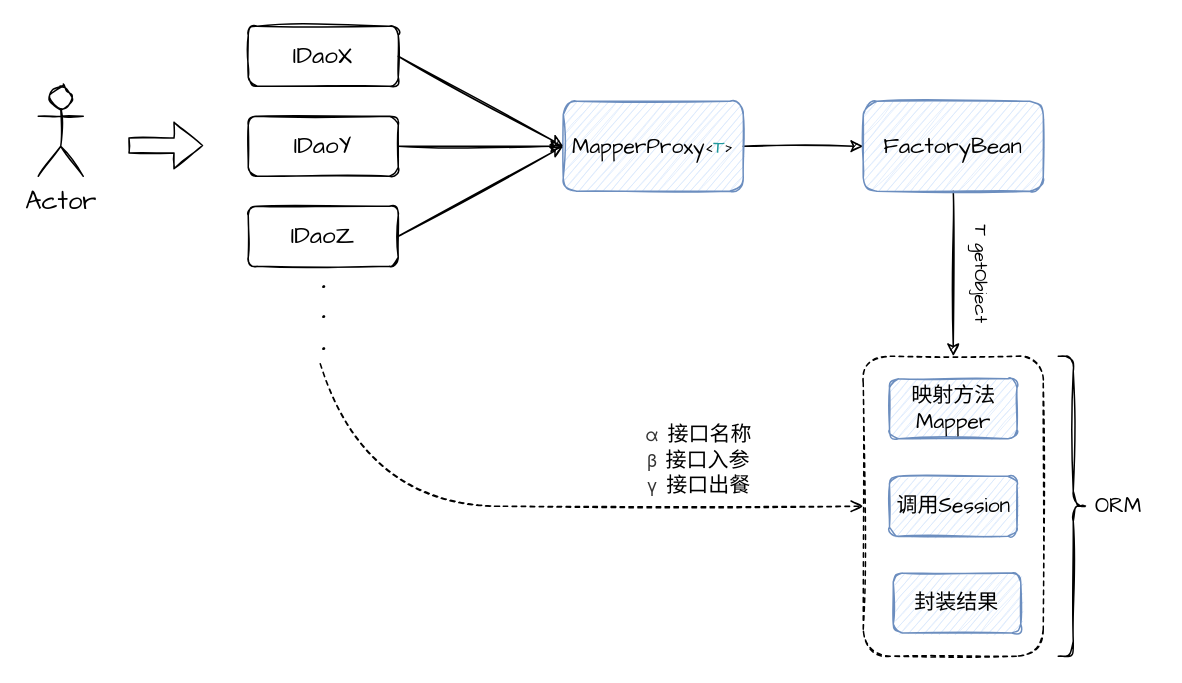
egeno/small-mybatis keeps this draw.io diagram as page "第1章" (1 of 16) of docs/visio/Mybatis.drawio. Above is the earlier version. Source tidied: cells renumbered, new cells numbered last; positions are measured from the earlier drawing's top-left corner, leaving out a move shared by most shapes. Both pictures are drawn from the tidied source at 150%, with x=0, y=0 at pixel (38, 26).
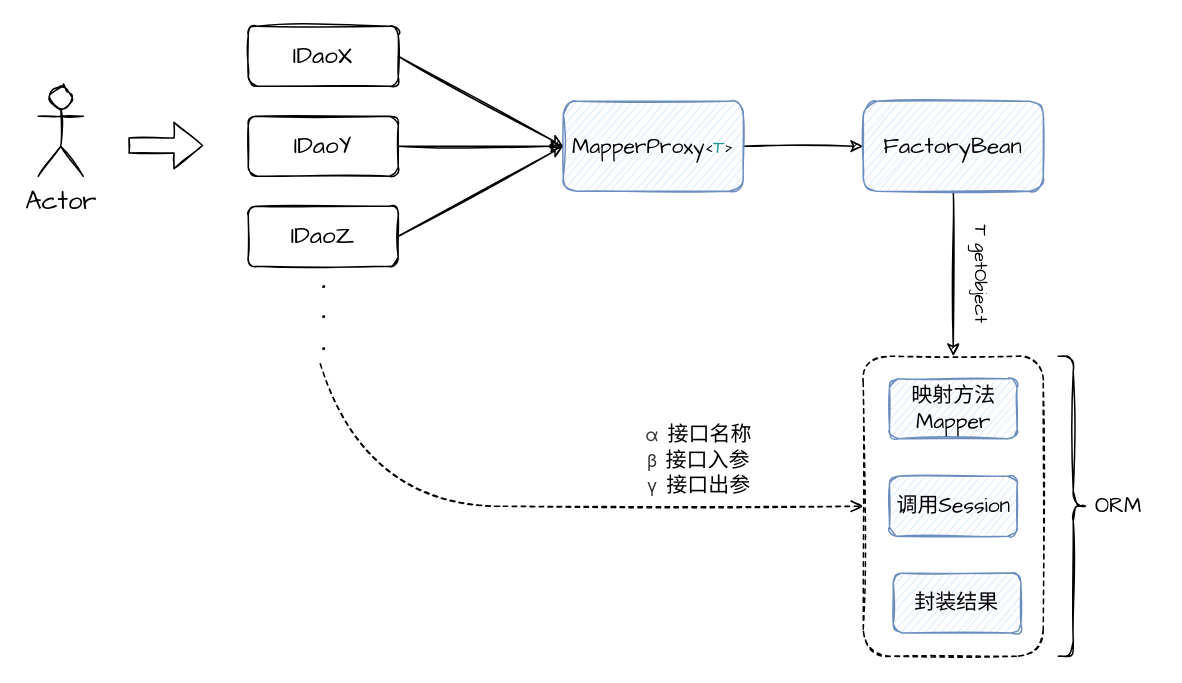
Above is the later version.

The edit, as a diff of the source:
```diff
@@
-    <mxCell id="18" value="&lt;span style=&quot;color: rgb(51 , 51 , 51) ; font-family: &amp;#34;helvetica neue&amp;#34; , &amp;#34;helvetica&amp;#34; , &amp;#34;arial&amp;#34; , &amp;#34;pingfang sc&amp;#34; , &amp;#34;hiragino sans gb&amp;#34; , &amp;#34;microsoft yahei&amp;#34; , &amp;#34;wenquanyi micro hei&amp;#34; , sans-serif ; font-size: 12px ; background-color: rgb(255 , 255 , 255)&quot;&gt;α&lt;/span&gt;&amp;nbsp;接口名称&lt;br&gt;&lt;span style=&quot;color: rgb(51 , 51 , 51) ; font-family: &amp;#34;helvetica neue&amp;#34; , &amp;#34;helvetica&amp;#34; , &amp;#34;arial&amp;#34; , &amp;#34;pingfang sc&amp;#34; , &amp;#34;hiragino sans gb&amp;#34; , &amp;#34;microsoft yahei&amp;#34; , &amp;#34;wenquanyi micro hei&amp;#34; , sans-serif ; font-size: 12px ; background-color: rgb(255 , 255 , 255)&quot;&gt;β&lt;/span&gt;&amp;nbsp;接口入参&lt;br&gt;&lt;span style=&quot;color: rgb(51 , 51 , 51) ; font-family: &amp;#34;helvetica neue&amp;#34; , &amp;#34;helvetica&amp;#34; , &amp;#34;arial&amp;#34; , &amp;#34;pingfang sc&amp;#34; , &amp;#34;hiragino sans gb&amp;#34; , &amp;#34;microsoft yahei&amp;#34; , &amp;#34;wenquanyi micro hei&amp;#34; , sans-serif ; font-size: 12px ; background-color: rgb(255 , 255 , 255)&quot;&gt;γ&lt;/span&gt;&amp;nbsp;接口出餐" style="text;html=1;align=center;verticalAlign=middle;strokeColor=none;fillColor=none;fontSize=14;fontFamily=Comic Sans MS;" parent="1" vertex="1">
+    <mxCell id="18" value="&lt;span style=&quot;color: rgb(51 , 51 , 51) ; font-family: &amp;#34;helvetica neue&amp;#34; , &amp;#34;helvetica&amp;#34; , &amp;#34;arial&amp;#34; , &amp;#34;pingfang sc&amp;#34; , &amp;#34;hiragino sans gb&amp;#34; , &amp;#34;microsoft yahei&amp;#34; , &amp;#34;wenquanyi micro hei&amp;#34; , sans-serif ; font-size: 12px ; background-color: rgb(255 , 255 , 255)&quot;&gt;α&lt;/span&gt;&amp;nbsp;接口名称&lt;br&gt;&lt;span style=&quot;color: rgb(51 , 51 , 51) ; font-family: &amp;#34;helvetica neue&amp;#34; , &amp;#34;helvetica&amp;#34; , &amp;#34;arial&amp;#34; , &amp;#34;pingfang sc&amp;#34; , &amp;#34;hiragino sans gb&amp;#34; , &amp;#34;microsoft yahei&amp;#34; , &amp;#34;wenquanyi micro hei&amp;#34; , sans-serif ; font-size: 12px ; background-color: rgb(255 , 255 , 255)&quot;&gt;β&lt;/span&gt;&amp;nbsp;接口入参&lt;br&gt;&lt;span style=&quot;color: rgb(51 , 51 , 51) ; font-family: &amp;#34;helvetica neue&amp;#34; , &amp;#34;helvetica&amp;#34; , &amp;#34;arial&amp;#34; , &amp;#34;pingfang sc&amp;#34; , &amp;#34;hiragino sans gb&amp;#34; , &amp;#34;microsoft yahei&amp;#34; , &amp;#34;wenquanyi micro hei&amp;#34; , sans-serif ; font-size: 12px ; background-color: rgb(255 , 255 , 255)&quot;&gt;γ&lt;/span&gt;&amp;nbsp;接口出参" style="text;html=1;align=center;verticalAlign=middle;strokeColor=none;fillColor=none;fontSize=14;fontFamily=Comic Sans MS;" parent="1" vertex="1">
       <mxGeometry x="400" y="260" width="80" height="60" as="geometry" />
     </mxCell>
```
